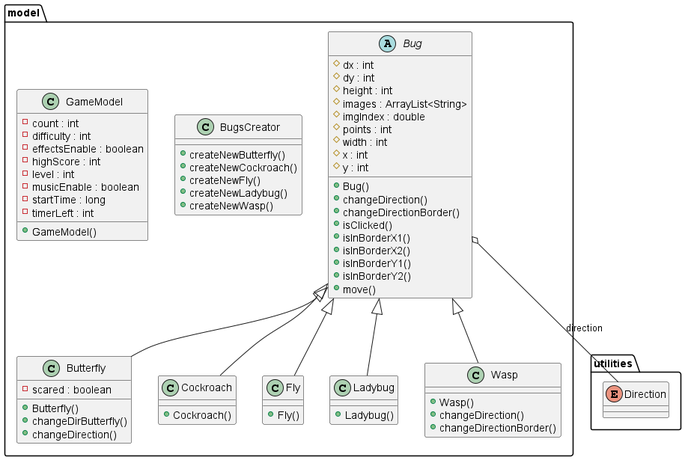
Earlier version of the PlantUML export UML/model.png (lcintini/JFlySwatter).
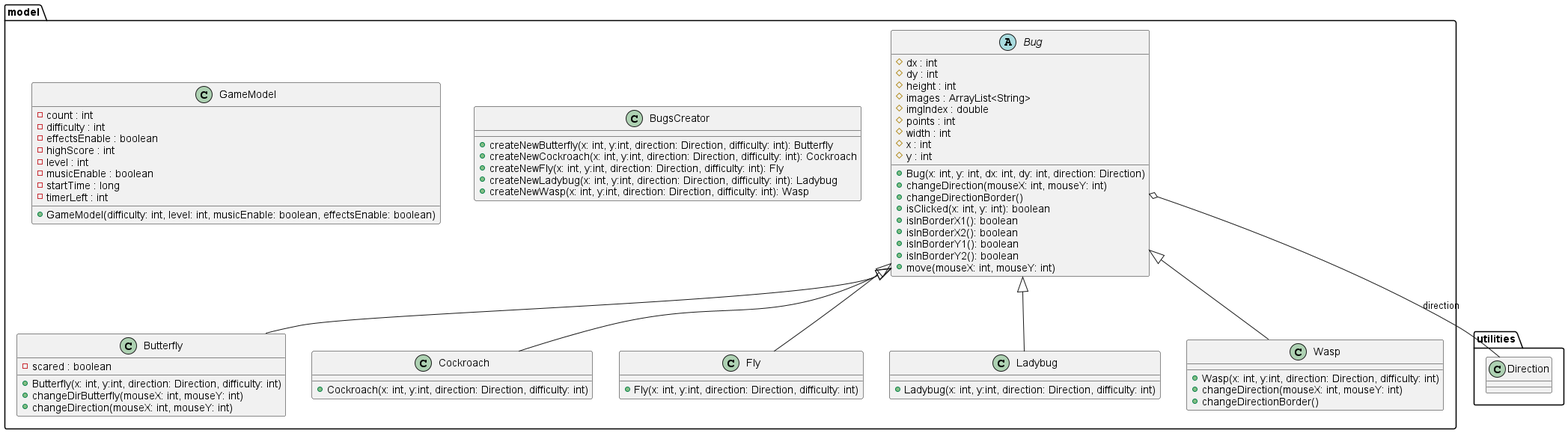
Later version of the same file.

Change to the diagram source:
```diff
@@ -1,5 +1,4 @@
 @startuml
-
 
  namespace model {
       abstract class model.Bug {
@@ -12,26 +11,26 @@
           # width : int
           # x : int
           # y : int
-          + Bug()
-          + changeDirection()
+          + Bug(x: int, y: int, dx: int, dy: int, direction: Direction)
+          + changeDirection(mouseX: int, mouseY: int)
           + changeDirectionBorder()
-          + isClicked()
-          + isInBorderX1()
-          + isInBorderX2()
-          + isInBorderY1()
-          + isInBorderY2()
-          + move()
+          + isClicked(x: int, y: int): boolean
+          + isInBorderX1(): boolean
+          + isInBorderX2(): boolean
+          + isInBorderY1(): boolean
+          + isInBorderY2(): boolean
+          + move(mouseX: int, mouseY: int)
       }
     }
 
 
   namespace model {
       class model.BugsCreator {
-          + createNewButterfly()
-          + createNewCockroach()
-          + createNewFly()
-          + createNewLadybug()
-          + createNewWasp()
+          + createNewButterfly(x: int, y:int, direction: Direction, difficulty: int): Butterfly
+          + createNewCockroach(x: int, y:int, direction: Direction, difficulty: int): Cockroach
+          + createNewFly(x: int, y:int, direction: Direction, difficulty: int): Fly
+          + createNewLadybug(x: int, y:int, direction: Direction, difficulty: int): Ladybug
+          + createNewWasp(x: int, y:int, direction: Direction, difficulty: int): Wasp
       }
     }
 
@@ -39,23 +38,23 @@
   namespace model {
       class model.Butterfly {
           - scared : boolean
-          + Butterfly()
-          + changeDirButterfly()
-          + changeDirection()
+          + Butterfly(x: int, y:int, direction: Direction, difficulty: int)
+          + changeDirButterfly(mouseX: int, mouseY: int)
+          + changeDirection(mouseX: int, mouseY: int)
       }
     }
 
 
   namespace model {
       class model.Cockroach {
-          + Cockroach()
+          + Cockroach(x: int, y:int, direction: Direction, difficulty: int)
       }
     }
 
 
- namespace model {
+  namespace model {
       class model.Fly {
-          + Fly()
+          + Fly(x: int, y:int, direction: Direction, difficulty: int)
       }
     }
 
@@ -70,28 +69,24 @@
           - musicEnable : boolean
           - startTime : long
           - timerLeft : int
-          + GameModel()
+          + GameModel(difficulty: int, level: int, musicEnable: boolean, effectsEnable: boolean)
       }
     }
 
 
   namespace model {
       class model.Ladybug {
-          + Ladybug()
+          + Ladybug(x: int, y:int, direction: Direction, difficulty: int)
       }
     }
 
 
   namespace model {
       class model.Wasp {
-          + Wasp()
-          + changeDirection()
+          + Wasp(x: int, y:int, direction: Direction, difficulty: int)
+          + changeDirection(mouseX: int, mouseY: int)
           + changeDirectionBorder()
       }
-    }
-
-    namespace utilities {
-        enum Direction
     }
 
 
```
